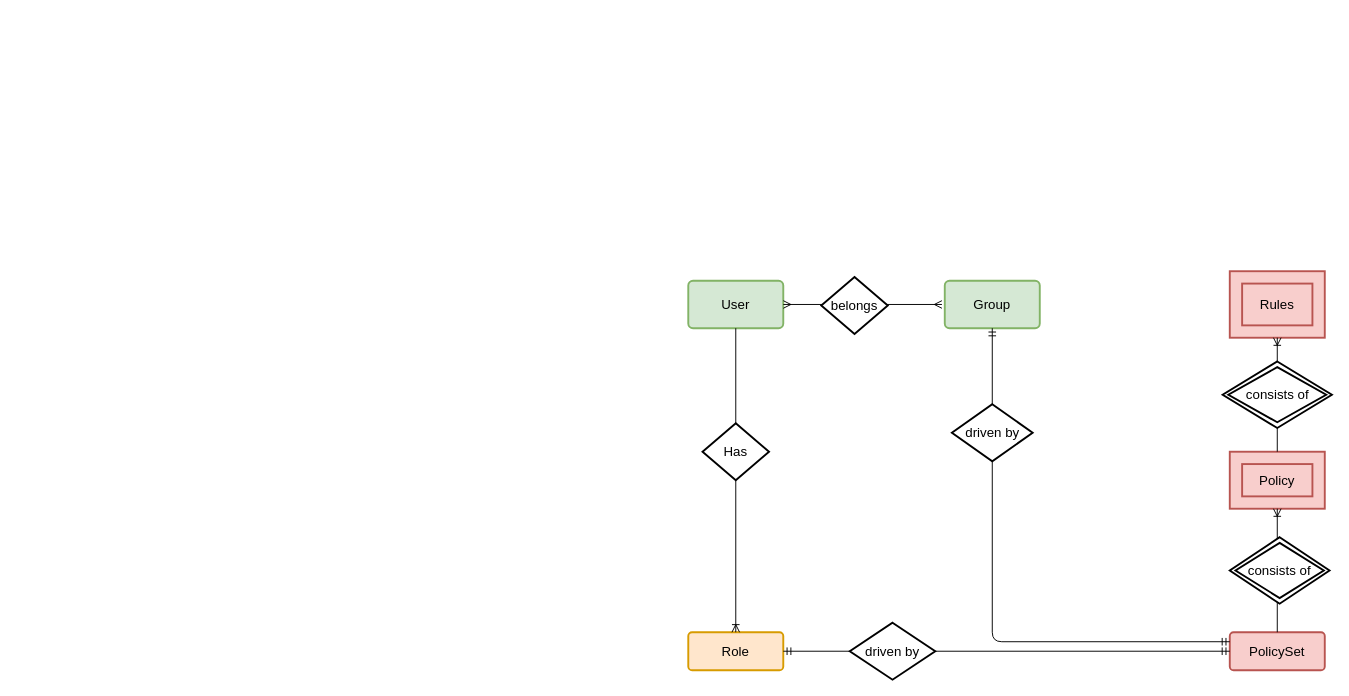
Above: IAM Diagram.drawio in davinderrai/drawio (draw.io), before the change. Source tidied: cells renumbered, new cells numbered last; positions are measured from the earlier drawing's top-left corner, leaving out a move shared by most shapes. Both pictures are drawn from the tidied source at 95%, with x=0, y=0 at pixel (688, 271).
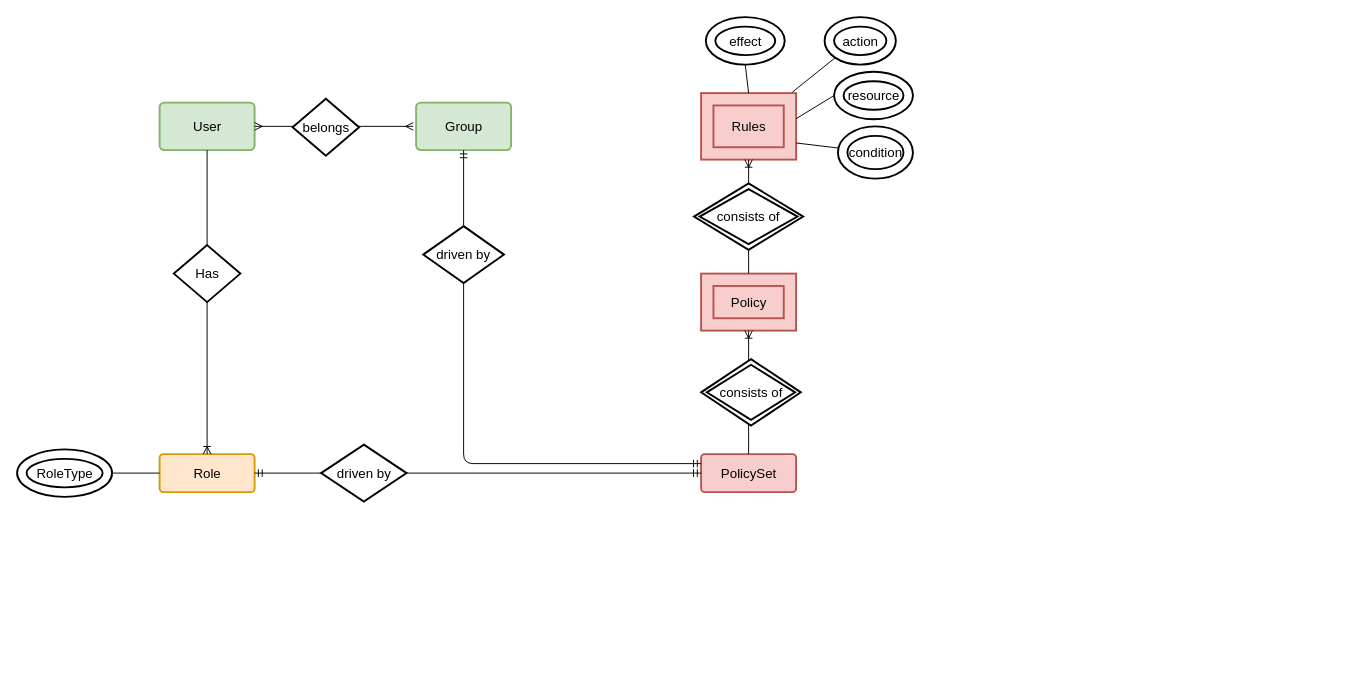
The same diagram, later.

The edit, as a diff of the source:
```diff
@@
+    <mxCell id="20" style="group;" parent="1" vertex="1">
+      <mxGeometry x="-706.5" y="-267.5" width="943" height="510" as="geometry" />
+    </mxCell>
-    <mxCell id="2" value="User" style="strokeWidth=2;rounded=1;arcSize=10;whiteSpace=wrap;html=1;align=center;fontSize=14;fillColor=#d5e8d4;strokeColor=#82b366;" parent="1" vertex="1">
-      <mxGeometry y="10" width="100" height="50" as="geometry" />
+    <mxCell id="2" value="User" style="strokeWidth=2;rounded=1;arcSize=10;whiteSpace=wrap;html=1;align=center;fontSize=14;fillColor=#d5e8d4;strokeColor=#82b366;" parent="20" vertex="1">
+      <mxGeometry x="150" y="90" width="100" height="50" as="geometry" />
     </mxCell>
-    <mxCell id="3" value="Group" style="strokeWidth=2;rounded=1;arcSize=10;whiteSpace=wrap;html=1;align=center;fontSize=14;fillColor=#d5e8d4;strokeColor=#82b366;" parent="1" vertex="1">
-      <mxGeometry x="270" y="10" width="100" height="50" as="geometry" />
+    <mxCell id="3" value="Group" style="strokeWidth=2;rounded=1;arcSize=10;whiteSpace=wrap;html=1;align=center;fontSize=14;fillColor=#d5e8d4;strokeColor=#82b366;" parent="20" vertex="1">
+      <mxGeometry x="420" y="90" width="100" height="50" as="geometry" />
     </mxCell>
-    <mxCell id="4" value="Role" style="strokeWidth=2;rounded=1;arcSize=10;whiteSpace=wrap;html=1;align=center;fontSize=14;fillColor=#ffe6cc;strokeColor=#d79b00;" parent="1" vertex="1">
-      <mxGeometry y="380" width="100" height="40" as="geometry" />
+    <mxCell id="4" value="Role" style="strokeWidth=2;rounded=1;arcSize=10;whiteSpace=wrap;html=1;align=center;fontSize=14;fillColor=#ffe6cc;strokeColor=#d79b00;" parent="20" vertex="1">
+      <mxGeometry x="150" y="460" width="100" height="40" as="geometry" />
     </mxCell>
-    <mxCell id="5" value="PolicySet" style="strokeWidth=2;rounded=1;arcSize=10;whiteSpace=wrap;html=1;align=center;fontSize=14;fillColor=#f8cecc;strokeColor=#b85450;" parent="1" vertex="1">
-      <mxGeometry x="570" y="380" width="100" height="40" as="geometry" />
+    <mxCell id="5" value="PolicySet" style="strokeWidth=2;rounded=1;arcSize=10;whiteSpace=wrap;html=1;align=center;fontSize=14;fillColor=#f8cecc;strokeColor=#b85450;" parent="20" vertex="1">
+      <mxGeometry x="720" y="460" width="100" height="40" as="geometry" />
     </mxCell>
-    <mxCell id="6" value="Rules" style="shape=ext;strokeWidth=2;margin=10;double=1;whiteSpace=wrap;html=1;align=center;fontSize=14;fillColor=#f8cecc;strokeColor=#b85450;" parent="1" vertex="1">
-      <mxGeometry x="570" width="100" height="70" as="geometry" />
+    <mxCell id="6" value="Rules" style="shape=ext;strokeWidth=2;margin=10;double=1;whiteSpace=wrap;html=1;align=center;fontSize=14;fillColor=#f8cecc;strokeColor=#b85450;" parent="20" vertex="1">
+      <mxGeometry x="720" y="80" width="100" height="70" as="geometry" />
     </mxCell>
-    <mxCell id="7" value="Policy" style="shape=ext;strokeWidth=2;margin=10;double=1;whiteSpace=wrap;html=1;align=center;fontSize=14;fillColor=#f8cecc;strokeColor=#b85450;" parent="1" vertex="1">
-      <mxGeometry x="570" y="190" width="100" height="60" as="geometry" />
+    <mxCell id="7" value="Policy" style="shape=ext;strokeWidth=2;margin=10;double=1;whiteSpace=wrap;html=1;align=center;fontSize=14;fillColor=#f8cecc;strokeColor=#b85450;" parent="20" vertex="1">
+      <mxGeometry x="720" y="270" width="100" height="60" as="geometry" />
     </mxCell>
-    <mxCell id="8" style="edgeStyle=orthogonalEdgeStyle;fontSize=12;html=1;endArrow=ERmany;startArrow=ERmany;exitX=1;exitY=0.5;exitDx=0;exitDy=0;" parent="1" edge="1" source="2">
+    <mxCell id="8" style="edgeStyle=orthogonalEdgeStyle;fontSize=12;html=1;endArrow=ERmany;startArrow=ERmany;exitX=1;exitY=0.5;exitDx=0;exitDy=0;" parent="20" edge="1" source="2">
       <mxGeometry relative="1" as="geometry">
-        <mxPoint x="267" y="35" as="targetPoint" />
+        <mxPoint x="417" y="115" as="targetPoint" />
       </mxGeometry>
     </mxCell>
-    <mxCell id="9" value="belongs" style="shape=rhombus;strokeWidth=2;fontSize=17;perimeter=rhombusPerimeter;whiteSpace=wrap;html=1;align=center;fontSize=14;" parent="1" vertex="1">
-      <mxGeometry x="140" y="6" width="70" height="60" as="geometry" />
+    <mxCell id="9" value="belongs" style="shape=rhombus;strokeWidth=2;fontSize=17;perimeter=rhombusPerimeter;whiteSpace=wrap;html=1;align=center;fontSize=14;" parent="20" vertex="1">
+      <mxGeometry x="290" y="86" width="70" height="60" as="geometry" />
     </mxCell>
-    <mxCell id="10" style="edgeStyle=orthogonalEdgeStyle;fontSize=12;html=1;endArrow=ERoneToMany;exitX=0.5;exitY=1;exitDx=0;exitDy=0;entryX=0.5;entryY=0;entryDx=0;entryDy=0;" parent="1" edge="1" source="2" target="4">
+    <mxCell id="10" style="edgeStyle=orthogonalEdgeStyle;fontSize=12;html=1;endArrow=ERoneToMany;exitX=0.5;exitY=1;exitDx=0;exitDy=0;entryX=0.5;entryY=0;entryDx=0;entryDy=0;" parent="20" edge="1" source="2" target="4">
       <mxGeometry relative="1" as="geometry" />
     </mxCell>
-    <mxCell id="11" value="Has" style="shape=rhombus;strokeWidth=2;fontSize=17;perimeter=rhombusPerimeter;whiteSpace=wrap;html=1;align=center;fontSize=14;" parent="1" vertex="1">
-      <mxGeometry x="15" y="160" width="70" height="60" as="geometry" />
+    <mxCell id="11" value="Has" style="shape=rhombus;strokeWidth=2;fontSize=17;perimeter=rhombusPerimeter;whiteSpace=wrap;html=1;align=center;fontSize=14;" parent="20" vertex="1">
+      <mxGeometry x="165" y="240" width="70" height="60" as="geometry" />
     </mxCell>
-    <mxCell id="12" style="edgeStyle=orthogonalEdgeStyle;fontSize=12;html=1;endArrow=ERmandOne;startArrow=ERmandOne;exitX=1;exitY=0.5;exitDx=0;exitDy=0;entryX=0;entryY=0.5;entryDx=0;entryDy=0;" parent="1" edge="1" source="4" target="5">
+    <mxCell id="12" style="edgeStyle=orthogonalEdgeStyle;fontSize=12;html=1;endArrow=ERmandOne;startArrow=ERmandOne;exitX=1;exitY=0.5;exitDx=0;exitDy=0;entryX=0;entryY=0.5;entryDx=0;entryDy=0;" parent="20" edge="1" source="4" target="5">
       <mxGeometry relative="1" as="geometry" />
     </mxCell>
-    <mxCell id="13" value="driven by" style="shape=rhombus;strokeWidth=2;fontSize=17;perimeter=rhombusPerimeter;whiteSpace=wrap;html=1;align=center;fontSize=14;" parent="1" vertex="1">
-      <mxGeometry x="170" y="370" width="90" height="60" as="geometry" />
+    <mxCell id="13" value="driven by" style="shape=rhombus;strokeWidth=2;fontSize=17;perimeter=rhombusPerimeter;whiteSpace=wrap;html=1;align=center;fontSize=14;" parent="20" vertex="1">
+      <mxGeometry x="320" y="450" width="90" height="60" as="geometry" />
     </mxCell>
-    <mxCell id="14" style="edgeStyle=orthogonalEdgeStyle;fontSize=12;html=1;endArrow=ERmandOne;startArrow=ERmandOne;exitX=0.5;exitY=1;exitDx=0;exitDy=0;entryX=0;entryY=0.25;entryDx=0;entryDy=0;" parent="1" edge="1" source="3" target="5">
+    <mxCell id="14" style="edgeStyle=orthogonalEdgeStyle;fontSize=12;html=1;endArrow=ERmandOne;startArrow=ERmandOne;exitX=0.5;exitY=1;exitDx=0;exitDy=0;entryX=0;entryY=0.25;entryDx=0;entryDy=0;" parent="20" edge="1" source="3" target="5">
       <mxGeometry relative="1" as="geometry" />
     </mxCell>
-    <mxCell id="15" value="driven by" style="shape=rhombus;strokeWidth=2;fontSize=17;perimeter=rhombusPerimeter;whiteSpace=wrap;html=1;align=center;fontSize=14;" parent="1" vertex="1">
-      <mxGeometry x="277.5" y="140" width="85" height="60" as="geometry" />
+    <mxCell id="15" value="driven by" style="shape=rhombus;strokeWidth=2;fontSize=17;perimeter=rhombusPerimeter;whiteSpace=wrap;html=1;align=center;fontSize=14;" parent="20" vertex="1">
+      <mxGeometry x="427.5" y="220" width="85" height="60" as="geometry" />
     </mxCell>
-    <mxCell id="16" style="edgeStyle=orthogonalEdgeStyle;fontSize=12;html=1;endArrow=ERoneToMany;exitX=0.5;exitY=0;exitDx=0;exitDy=0;entryX=0.5;entryY=1;entryDx=0;entryDy=0;" parent="1" edge="1" source="5" target="7">
+    <mxCell id="16" style="edgeStyle=orthogonalEdgeStyle;fontSize=12;html=1;endArrow=ERoneToMany;exitX=0.5;exitY=0;exitDx=0;exitDy=0;entryX=0.5;entryY=1;entryDx=0;entryDy=0;" parent="20" edge="1" source="5" target="7">
       <mxGeometry relative="1" as="geometry" />
     </mxCell>
-    <mxCell id="17" value="consists of" style="shape=rhombus;double=1;strokeWidth=2;fontSize=17;perimeter=rhombusPerimeter;whiteSpace=wrap;html=1;align=center;fontSize=14;" parent="1" vertex="1">
-      <mxGeometry x="570" y="280" width="105" height="70" as="geometry" />
+    <mxCell id="17" value="consists of" style="shape=rhombus;double=1;strokeWidth=2;fontSize=17;perimeter=rhombusPerimeter;whiteSpace=wrap;html=1;align=center;fontSize=14;" parent="20" vertex="1">
+      <mxGeometry x="720" y="360" width="105" height="70" as="geometry" />
     </mxCell>
-    <mxCell id="18" style="edgeStyle=orthogonalEdgeStyle;fontSize=12;html=1;endArrow=ERoneToMany;exitX=0.5;exitY=0;exitDx=0;exitDy=0;entryX=0.5;entryY=1;entryDx=0;entryDy=0;" parent="1" edge="1" source="7" target="6">
+    <mxCell id="18" style="edgeStyle=orthogonalEdgeStyle;fontSize=12;html=1;endArrow=ERoneToMany;exitX=0.5;exitY=0;exitDx=0;exitDy=0;entryX=0.5;entryY=1;entryDx=0;entryDy=0;" parent="20" edge="1" source="7" target="6">
       <mxGeometry relative="1" as="geometry" />
     </mxCell>
-    <mxCell id="19" value="consists of" style="shape=rhombus;double=1;strokeWidth=2;fontSize=17;perimeter=rhombusPerimeter;whiteSpace=wrap;html=1;align=center;fontSize=14;" parent="1" vertex="1">
-      <mxGeometry x="562.5" y="95" width="115" height="70" as="geometry" />
+    <mxCell id="19" value="consists of" style="shape=rhombus;double=1;strokeWidth=2;fontSize=17;perimeter=rhombusPerimeter;whiteSpace=wrap;html=1;align=center;fontSize=14;" parent="20" vertex="1">
+      <mxGeometry x="712.5" y="175" width="115" height="70" as="geometry" />
     </mxCell>
+    <mxCell id="21" style="edgeStyle=none;rounded=0;jettySize=auto;html=1;exitX=0;exitY=1;exitDx=0;exitDy=0;entryX=0.96;entryY=-0.014;entryDx=0;entryDy=0;entryPerimeter=0;endArrow=none;endFill=0;" parent="20" edge="1" source="22" target="6">
+      <mxGeometry relative="1" as="geometry" />
+    </mxCell>
+    <mxCell id="22" value="action" style="ellipse;shape=doubleEllipse;margin=10;strokeWidth=2;fontSize=14;whiteSpace=wrap;html=1;align=center;" parent="20" vertex="1">
+      <mxGeometry x="850" width="75" height="50" as="geometry" />
+    </mxCell>
+    <mxCell id="23" style="edgeStyle=none;rounded=0;jettySize=auto;html=1;exitX=0;exitY=0.5;exitDx=0;exitDy=0;endArrow=none;endFill=0;" parent="20" edge="1" source="24">
+      <mxGeometry relative="1" as="geometry">
+        <mxPoint x="820" y="107" as="targetPoint" />
+      </mxGeometry>
+    </mxCell>
+    <mxCell id="24" value="resource" style="ellipse;shape=doubleEllipse;margin=10;strokeWidth=2;fontSize=14;whiteSpace=wrap;html=1;align=center;" parent="20" vertex="1">
+      <mxGeometry x="860" y="57.5" width="83" height="50" as="geometry" />
+    </mxCell>
+    <mxCell id="25" style="edgeStyle=none;rounded=0;jettySize=auto;html=1;exitX=0.5;exitY=1;exitDx=0;exitDy=0;entryX=0.5;entryY=0;entryDx=0;entryDy=0;endArrow=none;endFill=0;" parent="20" edge="1" source="26" target="6">
+      <mxGeometry relative="1" as="geometry" />
+    </mxCell>
+    <mxCell id="26" value="effect" style="ellipse;shape=doubleEllipse;margin=10;strokeWidth=2;fontSize=14;whiteSpace=wrap;html=1;align=center;" parent="20" vertex="1">
+      <mxGeometry x="725" width="83" height="50" as="geometry" />
+    </mxCell>
+    <mxCell id="27" value="condition" style="ellipse;shape=doubleEllipse;margin=10;strokeWidth=2;fontSize=14;whiteSpace=wrap;html=1;align=center;" parent="20" vertex="1">
+      <mxGeometry x="864" y="115" width="79" height="55" as="geometry" />
+    </mxCell>
+    <mxCell id="28" style="rounded=0;jettySize=auto;html=1;exitX=1;exitY=0.75;exitDx=0;exitDy=0;endArrow=none;endFill=0;" parent="20" edge="1" source="6" target="27">
+      <mxGeometry relative="1" as="geometry" />
+    </mxCell>
+    <mxCell id="29" style="edgeStyle=none;rounded=0;jettySize=auto;html=1;exitX=1;exitY=0.5;exitDx=0;exitDy=0;entryX=0;entryY=0.5;entryDx=0;entryDy=0;endArrow=none;endFill=0;" parent="20" edge="1" source="30" target="4">
+      <mxGeometry relative="1" as="geometry" />
+    </mxCell>
+    <mxCell id="30" value="RoleType" style="ellipse;shape=doubleEllipse;margin=10;strokeWidth=2;fontSize=14;whiteSpace=wrap;html=1;align=center;" parent="20" vertex="1">
+      <mxGeometry y="455" width="100" height="50" as="geometry" />
+    </mxCell>
```
